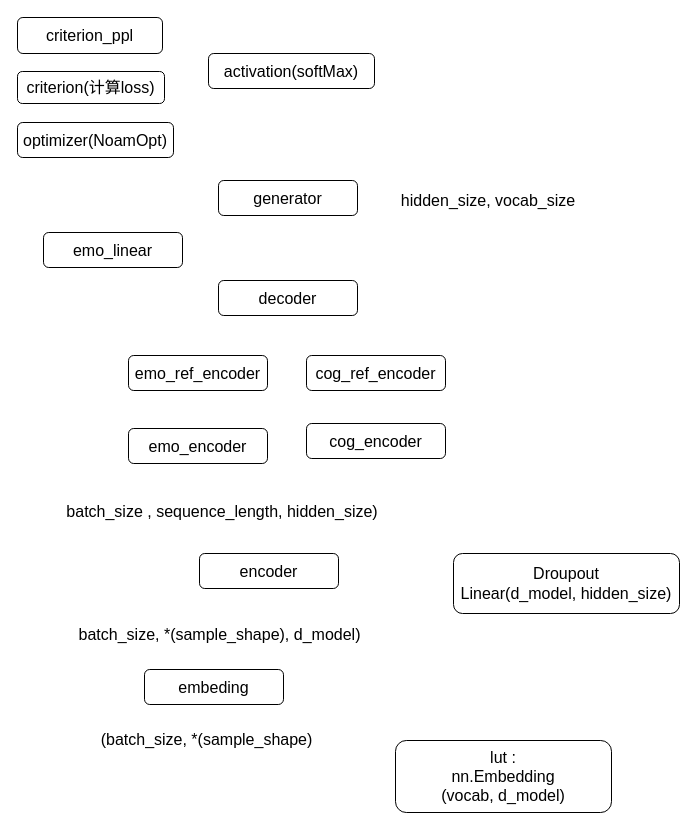
Above: CEM.drawio in ShizhongP/dl-notes (draw.io), before the change. Source tidied: cells renumbered, new cells numbered last; positions are measured from the earlier drawing's top-left corner, leaving out a move shared by most shapes. Both pictures are drawn from the tidied source at 100%, with x=0, y=0 at pixel (17, 17).
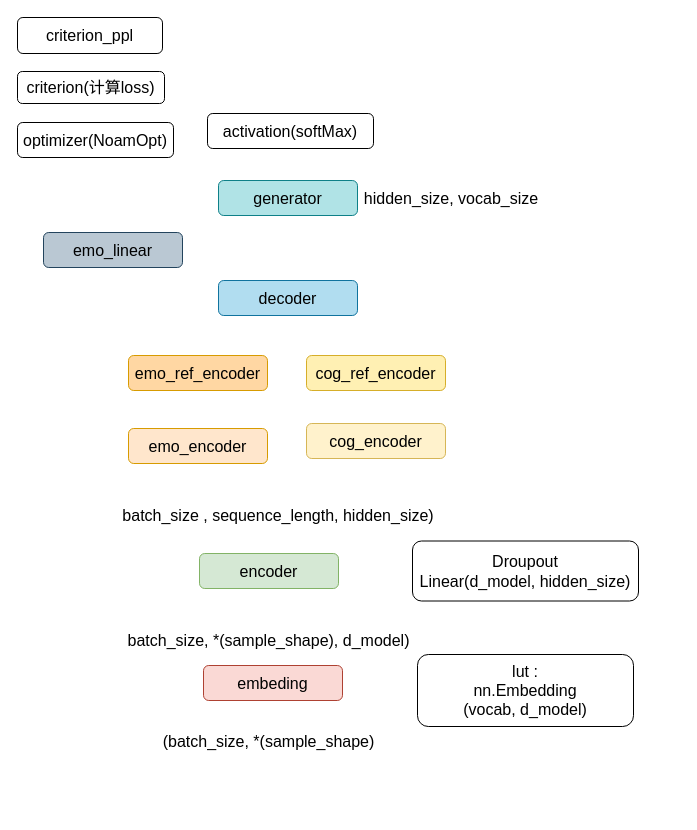
The same page after the edit.

What changed in the source:
```diff
@@
-    <mxCell id="2" value="embeding" style="rounded=1;whiteSpace=wrap;html=1;fontSize=16;" parent="1" vertex="1">
-      <mxGeometry x="127" y="652" width="139" height="35" as="geometry" />
+    <mxCell id="2" value="embeding" style="rounded=1;whiteSpace=wrap;html=1;fontSize=16;fillColor=#fad9d5;strokeColor=#ae4132;" parent="1" vertex="1">
+      <mxGeometry x="186" y="648" width="139" height="35" as="geometry" />
     </mxCell>
-    <mxCell id="3" value="encoder" style="rounded=1;whiteSpace=wrap;html=1;fontSize=16;" parent="1" vertex="1">
+    <mxCell id="3" value="encoder" style="rounded=1;whiteSpace=wrap;html=1;fontSize=16;fillColor=#d5e8d4;strokeColor=#82b366;" parent="1" vertex="1">
       <mxGeometry x="182" y="536" width="139" height="35" as="geometry" />
     </mxCell>
-    <mxCell id="4" value="emo_encoder" style="rounded=1;whiteSpace=wrap;html=1;fontSize=16;" parent="1" vertex="1">
+    <mxCell id="4" value="emo_encoder" style="rounded=1;whiteSpace=wrap;html=1;fontSize=16;fillColor=#ffe6cc;strokeColor=#d79b00;" parent="1" vertex="1">
       <mxGeometry x="111" y="411" width="139" height="35" as="geometry" />
     </mxCell>
-    <mxCell id="5" value="cog_encoder" style="rounded=1;whiteSpace=wrap;html=1;fontSize=16;" parent="1" vertex="1">
+    <mxCell id="5" value="cog_encoder" style="rounded=1;whiteSpace=wrap;html=1;fontSize=16;fillColor=#fff2cc;strokeColor=#d6b656;" parent="1" vertex="1">
       <mxGeometry x="289" y="406" width="139" height="35" as="geometry" />
     </mxCell>
-    <mxCell id="6" value="emo_ref_encoder" style="rounded=1;whiteSpace=wrap;html=1;fontSize=16;" parent="1" vertex="1">
+    <mxCell id="6" value="emo_ref_encoder" style="rounded=1;whiteSpace=wrap;html=1;fontSize=16;fillColor=#FFD7A3;strokeColor=#d79b00;" parent="1" vertex="1">
       <mxGeometry x="111" y="338" width="139" height="35" as="geometry" />
     </mxCell>
-    <mxCell id="7" value="cog_ref_encoder" style="rounded=1;whiteSpace=wrap;html=1;fontSize=16;" parent="1" vertex="1">
+    <mxCell id="7" value="cog_ref_encoder" style="rounded=1;whiteSpace=wrap;html=1;fontSize=16;fillColor=#FFF0B3;strokeColor=#D6AE29;" parent="1" vertex="1">
       <mxGeometry x="289" y="338" width="139" height="35" as="geometry" />
     </mxCell>
-    <mxCell id="8" value="decoder" style="rounded=1;whiteSpace=wrap;html=1;fontSize=16;" parent="1" vertex="1">
+    <mxCell id="8" value="decoder" style="rounded=1;whiteSpace=wrap;html=1;fontSize=16;fillColor=#b1ddf0;strokeColor=#10739e;" parent="1" vertex="1">
       <mxGeometry x="201" y="263" width="139" height="35" as="geometry" />
     </mxCell>
-    <mxCell id="9" value="emo_linear" style="rounded=1;whiteSpace=wrap;html=1;fontSize=16;" parent="1" vertex="1">
+    <mxCell id="9" value="emo_linear" style="rounded=1;whiteSpace=wrap;html=1;fontSize=16;fillColor=#bac8d3;strokeColor=#23445d;" parent="1" vertex="1">
       <mxGeometry x="26" y="215" width="139" height="35" as="geometry" />
     </mxCell>
-    <mxCell id="10" value="generator" style="rounded=1;whiteSpace=wrap;html=1;fontSize=16;" parent="1" vertex="1">
+    <mxCell id="10" value="generator" style="rounded=1;whiteSpace=wrap;html=1;fontSize=16;fillColor=#b0e3e6;strokeColor=#0e8088;" parent="1" vertex="1">
       <mxGeometry x="201" y="163" width="139" height="35" as="geometry" />
     </mxCell>
     <mxCell id="11" value="activation(softMax)" style="rounded=1;whiteSpace=wrap;html=1;fontSize=16;" parent="1" vertex="1">
-      <mxGeometry x="191" y="36" width="166" height="35" as="geometry" />
+      <mxGeometry x="190" y="96" width="166" height="35" as="geometry" />
     </mxCell>
@@
     <mxCell id="15" value="lut :&lt;br&gt;nn.Embedding&lt;br&gt;(vocab, d_model)" style="rounded=1;whiteSpace=wrap;html=1;fontSize=16;" parent="1" vertex="1">
-      <mxGeometry x="378" y="723" width="216" height="72" as="geometry" />
+      <mxGeometry x="400" y="637" width="216" height="72" as="geometry" />
     </mxCell>
     <mxCell id="16" value="(batch_size, *(sample_shape)" style="text;html=1;strokeColor=none;fillColor=none;align=center;verticalAlign=middle;whiteSpace=wrap;rounded=0;fontSize=16;" parent="1" vertex="1">
-      <mxGeometry x="62" y="707" width="255" height="30" as="geometry" />
+      <mxGeometry x="124" y="709" width="255" height="30" as="geometry" />
     </mxCell>
     <mxCell id="17" value="batch_size, *(sample_shape), d_model)" style="text;html=1;strokeColor=none;fillColor=none;align=center;verticalAlign=middle;whiteSpace=wrap;rounded=0;fontSize=16;" parent="1" vertex="1">
-      <mxGeometry x="45" y="602" width="315" height="30" as="geometry" />
+      <mxGeometry x="94" y="608" width="315" height="30" as="geometry" />
     </mxCell>
     <mxCell id="18" value="batch_size , sequence_length, hidden_size)" style="text;html=1;strokeColor=none;fillColor=none;align=center;verticalAlign=middle;whiteSpace=wrap;rounded=0;fontSize=16;" parent="1" vertex="1">
-      <mxGeometry x="32" y="479" width="346" height="30" as="geometry" />
+      <mxGeometry x="88" y="483" width="346" height="30" as="geometry" />
     </mxCell>
     <mxCell id="19" value="Droupout&lt;br&gt;Linear(d_model, hidden_size)" style="rounded=1;whiteSpace=wrap;html=1;fontSize=16;" parent="1" vertex="1">
-      <mxGeometry x="436" y="536" width="226" height="60" as="geometry" />
+      <mxGeometry x="395" y="523.5" width="226" height="60" as="geometry" />
     </mxCell>
     <mxCell id="20" value="hidden_size, vocab_size" style="text;html=1;strokeColor=none;fillColor=none;align=center;verticalAlign=middle;whiteSpace=wrap;rounded=0;fontSize=16;" parent="1" vertex="1">
-      <mxGeometry x="373" y="168" width="196" height="30" as="geometry" />
+      <mxGeometry x="336" y="165.5" width="196" height="30" as="geometry" />
     </mxCell>
```
